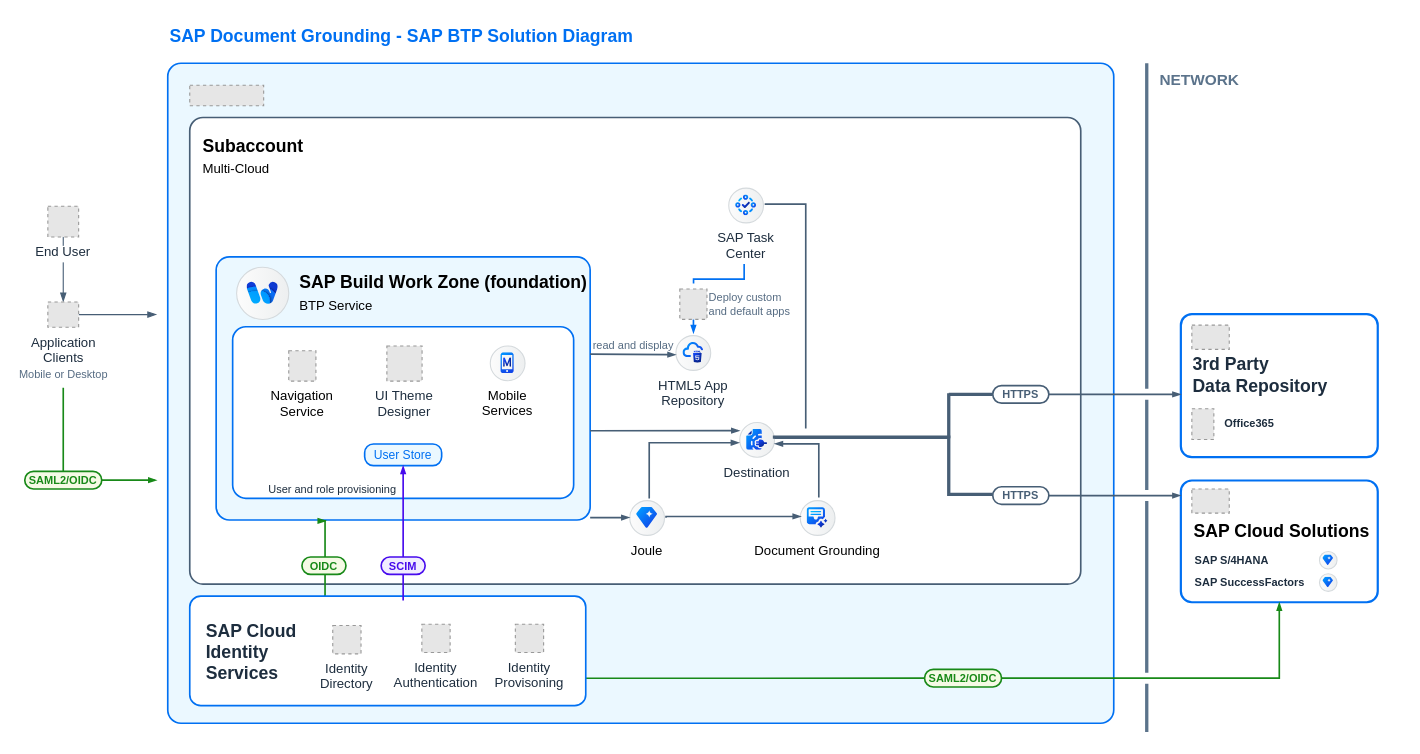
This is assets/editable-diagram-examples/SAP_Document_Grounding_L2.drawio from SAP/btp-solution-diagrams, a draw.io file, before an edit. Source tidied: cells renumbered, new cells numbered last; positions are measured from the earlier drawing's top-left corner, leaving out a move shared by most shapes. Both pictures are drawn from the tidied source at 110%, with x=0, y=0 at pixel (24, 19). Pictures stored in the file or linked from it are replaced by grey dashed boxes.
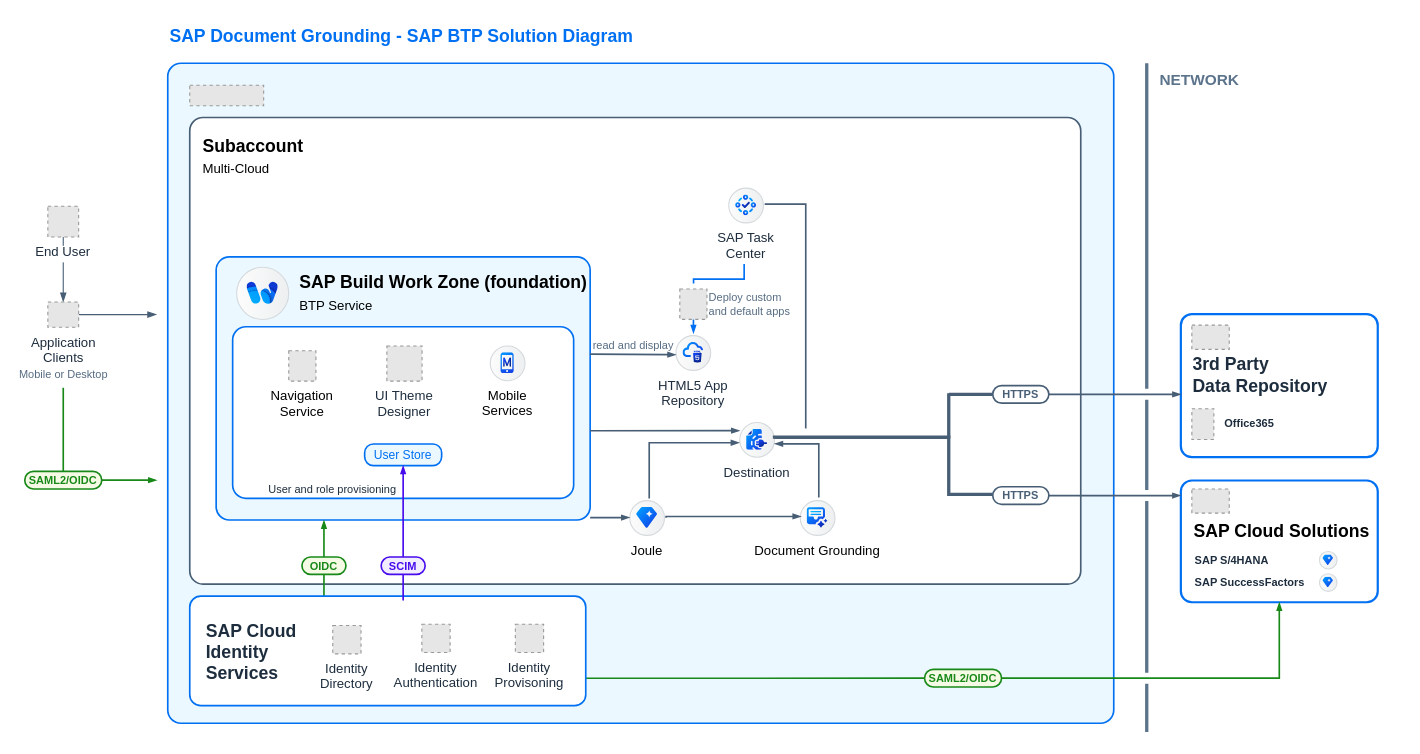
After the change.

Commit message:
fixing arrow issue in sd example (#147)

Unchanged cells that the change refers to:
```xml
<mxCell id="6" style="rounded=1;whiteSpace=wrap;html=1;strokeColor=#0070F2;fillColor=#EBF8FF;arcSize=24;absoluteArcSize=1;imageWidth=64;imageHeight=64;strokeWidth=1.5;" parent="1" vertex="1">
  <mxGeometry x="174" y="216" width="340" height="239.2" as="geometry" />
</mxCell>
```

Change to the diagram source:
```diff
@@
-    <mxCell id="7" style="edgeStyle=elbowEdgeStyle;rounded=0;orthogonalLoop=1;jettySize=auto;html=1;endArrow=blockThin;endFill=1;strokeWidth=1.5;strokeColor=#188918;endSize=4;startSize=4;" parent="1" edge="1">
+    <mxCell id="7" style="edgeStyle=elbowEdgeStyle;rounded=0;jettySize=auto;html=1;endArrow=blockThin;endFill=1;strokeWidth=1.5;strokeColor=#188918;endSize=4;startSize=4;entryX=0.289;entryY=1.001;entryDx=0;entryDy=0;entryPerimeter=0;" parent="1" edge="1" target="6">
       <mxGeometry relative="1" as="geometry">
-        <mxPoint x="272" y="524.4" as="sourcePoint" />
-        <mxPoint x="274" y="456" as="targetPoint" />
+        <mxPoint x="271" y="537.5" as="sourcePoint" />
       </mxGeometry>
     </mxCell>
```
